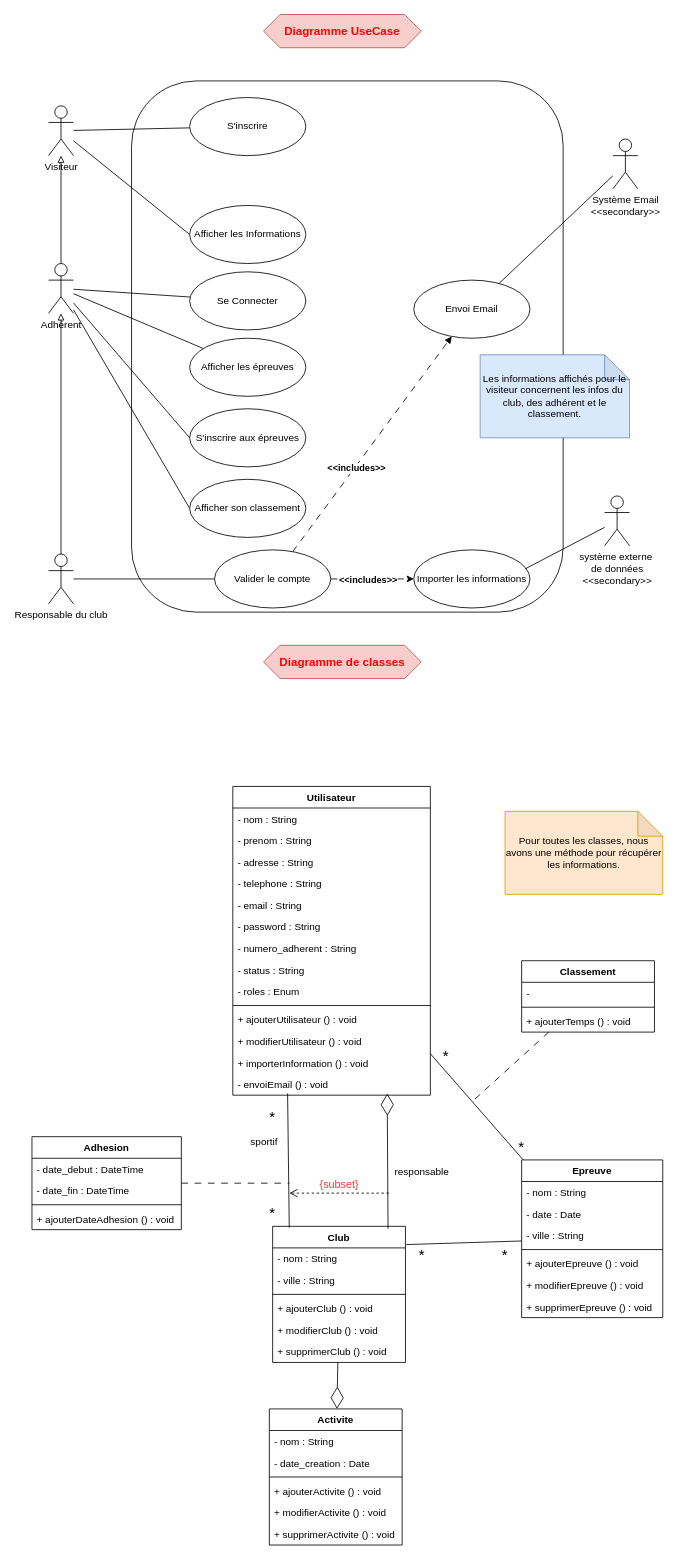
This is TP3/TP_3_UML_Exercice_2.drawio from Mzk-Ali/EXO_M2I_UML, a draw.io file, before an edit. Source tidied: cells renumbered, new cells numbered last; positions are measured from the earlier drawing's top-left corner, leaving out a move shared by most shapes. Both pictures are drawn from the tidied source at 83%, with x=0, y=0 at pixel (32, 14).
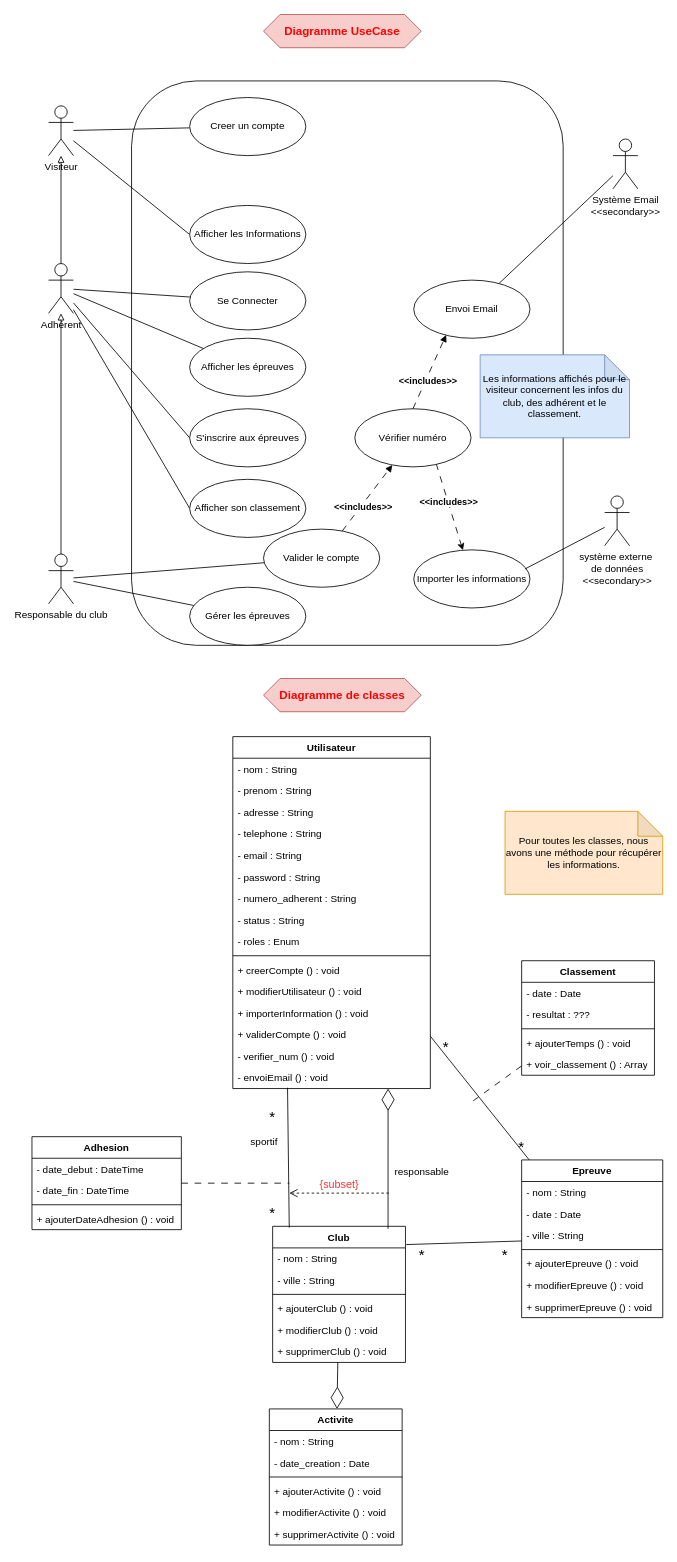
The same page after the edit.

Commit message:
Mettre à jour TP_3_UML_Exercice_2.drawio

Unchanged cells that the change refers to:
```xml
<mxCell id="16" value="Responsable du club" style="shape=umlActor;verticalLabelPosition=bottom;verticalAlign=top;html=1;outlineConnect=0;" parent="1" vertex="1">
  <mxGeometry x="20" y="650" width="30" height="60" as="geometry" />
</mxCell>
<mxCell id="25" value="Envoi Email" style="ellipse;whiteSpace=wrap;html=1;" parent="1" vertex="1">
  <mxGeometry x="460" y="320" width="140" height="70" as="geometry" />
</mxCell>
<mxCell id="32" value="Importer les informations" style="ellipse;whiteSpace=wrap;html=1;" parent="1" vertex="1">
  <mxGeometry x="460" y="645" width="140" height="70" as="geometry" />
</mxCell>
<mxCell id="49" value="Club" style="swimlane;fontStyle=1;align=center;verticalAlign=top;horizontal=1;startSize=26;whiteSpace=wrap;html=1;" parent="1" vertex="1">
  <mxGeometry x="290" y="1460" width="160" height="164" as="geometry" />
</mxCell>
```

The edit, as a diff of the source:
```diff
@@
     <mxCell id="3" style="rounded=1;whiteSpace=wrap;html=1;" parent="1" vertex="1">
-      <mxGeometry x="120" y="80" width="520" height="640" as="geometry" />
+      <mxGeometry x="120" y="80" width="520" height="680" as="geometry" />
     </mxCell>
     <mxCell id="4" value="&lt;font style=&quot;color: light-dark(rgb(255, 0, 0), rgb(237, 237, 237)); font-size: 14px;&quot;&gt;&lt;b style=&quot;&quot;&gt;Diagramme de classes&lt;/b&gt;&lt;/font&gt;" style="shape=hexagon;perimeter=hexagonPerimeter2;whiteSpace=wrap;html=1;fixedSize=1;fillColor=#f8cecc;strokeColor=#b85450;" parent="1" vertex="1">
-      <mxGeometry x="279" y="760" width="190" height="40" as="geometry" />
+      <mxGeometry x="279" y="800" width="190" height="40" as="geometry" />
     </mxCell>
@@
+    <mxCell id="98" style="rounded=0;jettySize=auto;html=1;endArrow=none;startFill=0;" parent="1" edge="1" source="16" target="106">
+      <mxGeometry relative="1" as="geometry" />
+    </mxCell>
@@
-    <mxCell id="19" value="S'inscrire" style="ellipse;whiteSpace=wrap;html=1;" parent="1" vertex="1">
+    <mxCell id="19" value="Creer un compte" style="ellipse;whiteSpace=wrap;html=1;" parent="1" vertex="1">
       <mxGeometry x="190" y="100" width="140" height="70" as="geometry" />
     </mxCell>
-    <mxCell id="20" style="rounded=0;jettySize=auto;html=1;endArrow=block;endFill=1;dashed=1;dashPattern=8 8;" parent="1" edge="1" source="24" target="25">
+    <mxCell id="20" style="rounded=0;jettySize=auto;html=1;endArrow=block;endFill=1;dashed=1;dashPattern=8 8;" parent="1" edge="1" source="24" target="103">
       <mxGeometry relative="1" as="geometry" />
     </mxCell>
@@
-    <mxCell id="22" style="edgeStyle=orthogonalEdgeStyle;rounded=0;jettySize=auto;html=1;endArrow=classic;endFill=1;dashed=1;dashPattern=8 8;" parent="1" edge="1" source="24" target="32">
+    <mxCell id="22" style="rounded=0;jettySize=auto;html=1;endArrow=classic;endFill=1;dashed=1;dashPattern=8 8;exitX=0.7;exitY=0.943;exitDx=0;exitDy=0;exitPerimeter=0;" parent="1" edge="1" source="103" target="32">
       <mxGeometry relative="1" as="geometry" />
     </mxCell>
@@
     <mxCell id="24" value="Valider le compte" style="ellipse;whiteSpace=wrap;html=1;" parent="1" vertex="1">
-      <mxGeometry x="220" y="645" width="140" height="70" as="geometry" />
+      <mxGeometry x="279" y="620" width="140" height="70" as="geometry" />
     </mxCell>
@@
     <mxCell id="34" value="Utilisateur" style="swimlane;fontStyle=1;align=center;verticalAlign=top;horizontal=1;startSize=26;whiteSpace=wrap;html=1;" parent="1" vertex="1">
-      <mxGeometry x="242" y="930" width="238" height="372" as="geometry" />
+      <mxGeometry x="242" y="870" width="238" height="424" as="geometry" />
     </mxCell>
@@
-    <mxCell id="45" value="+ ajouterUtilisateur () : void" style="text;strokeColor=none;fillColor=none;align=left;verticalAlign=top;spacingLeft=4;spacingRight=4;overflow=hidden;whiteSpace=wrap;html=1;" parent="34" vertex="1">
+    <mxCell id="45" value="+ creerCompte () : void" style="text;strokeColor=none;fillColor=none;align=left;verticalAlign=top;spacingLeft=4;spacingRight=4;overflow=hidden;whiteSpace=wrap;html=1;" parent="34" vertex="1">
       <mxGeometry y="268" width="238" height="26" as="geometry" />
     </mxCell>
@@
+    <mxCell id="99" value="+ validerCompte () : void" style="text;strokeColor=none;fillColor=none;align=left;verticalAlign=top;spacingLeft=4;spacingRight=4;overflow=hidden;whiteSpace=wrap;html=1;" parent="34" vertex="1">
+      <mxGeometry y="346" width="238" height="26" as="geometry" />
+    </mxCell>
+    <mxCell id="100" value="- verifier_num () : void" style="text;strokeColor=none;fillColor=none;align=left;verticalAlign=top;spacingLeft=4;spacingRight=4;overflow=hidden;whiteSpace=wrap;html=1;" parent="34" vertex="1">
+      <mxGeometry y="372" width="238" height="26" as="geometry" />
+    </mxCell>
     <mxCell id="48" value="- envoiEmail () : void" style="text;strokeColor=none;fillColor=none;align=left;verticalAlign=top;spacingLeft=4;spacingRight=4;overflow=hidden;points=[[0,0.5],[1,0.5]];portConstraint=eastwest;whiteSpace=wrap;html=1;" parent="34" vertex="1">
-      <mxGeometry y="346" width="238" height="26" as="geometry" />
+      <mxGeometry y="398" width="238" height="26" as="geometry" />
     </mxCell>
@@
-    <mxCell id="64" style="rounded=0;jettySize=auto;html=1;entryX=0.125;entryY=0.009;entryDx=0;entryDy=0;entryPerimeter=0;endArrow=none;startFill=0;" parent="1" edge="1" target="49">
-      <mxGeometry relative="1" as="geometry">
-        <mxPoint x="308" y="1300" as="sourcePoint" />
-      </mxGeometry>
+    <mxCell id="64" style="rounded=0;jettySize=auto;html=1;entryX=0.125;entryY=0.009;entryDx=0;entryDy=0;entryPerimeter=0;endArrow=none;startFill=0;exitX=0.277;exitY=0.962;exitDx=0;exitDy=0;exitPerimeter=0;" parent="1" edge="1" source="48" target="49">
+      <mxGeometry relative="1" as="geometry" />
     </mxCell>
@@
-    <mxCell id="66" style="endArrow=diamondThin;endFill=0;endSize=24;html=1;rounded=0;exitX=0.869;exitY=0.018;exitDx=0;exitDy=0;exitPerimeter=0;" parent="1" edge="1" source="49">
-      <mxGeometry relative="1" as="geometry">
-        <mxPoint x="428" y="1300" as="targetPoint" />
-      </mxGeometry>
+    <mxCell id="66" style="endArrow=diamondThin;endFill=0;endSize=24;html=1;rounded=0;exitX=0.869;exitY=0.018;exitDx=0;exitDy=0;exitPerimeter=0;entryX=0.786;entryY=1;entryDx=0;entryDy=0;entryPerimeter=0;" parent="1" edge="1" source="49" target="48">
+      <mxGeometry relative="1" as="geometry" />
     </mxCell>
@@
     <mxCell id="90" value="Classement" style="swimlane;fontStyle=1;align=center;verticalAlign=top;horizontal=1;startSize=26;whiteSpace=wrap;html=1;" parent="1" vertex="1">
-      <mxGeometry x="590" y="1140" width="160" height="86" as="geometry" />
+      <mxGeometry x="590" y="1140" width="160" height="138" as="geometry" />
     </mxCell>
-    <mxCell id="91" value="-&amp;nbsp;" style="text;strokeColor=none;fillColor=none;align=left;verticalAlign=top;spacingLeft=4;spacingRight=4;overflow=hidden;whiteSpace=wrap;html=1;" parent="90" vertex="1">
+    <mxCell id="91" value="- date : Date" style="text;strokeColor=none;fillColor=none;align=left;verticalAlign=top;spacingLeft=4;spacingRight=4;overflow=hidden;whiteSpace=wrap;html=1;" parent="90" vertex="1">
       <mxGeometry y="26" width="160" height="26" as="geometry" />
     </mxCell>
+    <mxCell id="101" value="- resultat : ???" style="text;strokeColor=none;fillColor=none;align=left;verticalAlign=top;spacingLeft=4;spacingRight=4;overflow=hidden;whiteSpace=wrap;html=1;" parent="90" vertex="1">
+      <mxGeometry y="52" width="160" height="26" as="geometry" />
+    </mxCell>
     <mxCell id="92" style="line;strokeWidth=1;fillColor=none;align=left;verticalAlign=middle;spacingTop=-1;spacingLeft=3;spacingRight=3;labelPosition=right;strokeColor=inherit;" parent="90" vertex="1">
-      <mxGeometry y="52" width="160" height="8" as="geometry" />
+      <mxGeometry y="78" width="160" height="8" as="geometry" />
     </mxCell>
     <mxCell id="93" value="+ ajouterTemps () : void" style="text;strokeColor=none;fillColor=none;align=left;verticalAlign=top;spacingLeft=4;spacingRight=4;overflow=hidden;whiteSpace=wrap;html=1;" parent="90" vertex="1">
-      <mxGeometry y="60" width="160" height="26" as="geometry" />
+      <mxGeometry y="86" width="160" height="26" as="geometry" />
     </mxCell>
+    <mxCell id="102" value="+ voir_classement () : Array" style="text;strokeColor=none;fillColor=none;align=left;verticalAlign=top;spacingLeft=4;spacingRight=4;overflow=hidden;whiteSpace=wrap;html=1;" parent="90" vertex="1">
+      <mxGeometry y="112" width="160" height="26" as="geometry" />
+    </mxCell>
     <mxCell id="94" value="&lt;font style=&quot;font-size: 18px;&quot;&gt;*&lt;/font&gt;" style="text;html=1;align=center;verticalAlign=middle;whiteSpace=wrap;rounded=0;" parent="1" vertex="1">
-      <mxGeometry x="469" y="1240" width="60" height="30" as="geometry" />
+      <mxGeometry x="469" y="1230" width="60" height="30" as="geometry" />
     </mxCell>
@@
+    <mxCell id="103" value="Vérifier numéro" style="ellipse;whiteSpace=wrap;html=1;" parent="1" vertex="1">
+      <mxGeometry x="389" y="475" width="140" height="70" as="geometry" />
+    </mxCell>
+    <mxCell id="104" style="rounded=0;jettySize=auto;html=1;endArrow=block;endFill=1;dashed=1;dashPattern=8 8;exitX=0.5;exitY=0;exitDx=0;exitDy=0;entryX=0.279;entryY=0.943;entryDx=0;entryDy=0;entryPerimeter=0;" parent="1" edge="1" source="103" target="25">
+      <mxGeometry relative="1" as="geometry" />
+    </mxCell>
+    <mxCell id="105" value="&lt;b&gt;&amp;lt;&amp;lt;includes&amp;gt;&amp;gt;&lt;/b&gt;" style="edgeLabel;html=1;align=center;verticalAlign=middle;" parent="104" vertex="1">
+      <mxGeometry x="-0.22" y="-2" relative="1" as="geometry" />
+    </mxCell>
+    <mxCell id="106" value="Gérer les épreuves" style="ellipse;whiteSpace=wrap;html=1;" parent="1" vertex="1">
+      <mxGeometry x="190" y="690" width="140" height="70" as="geometry" />
+    </mxCell>
```
